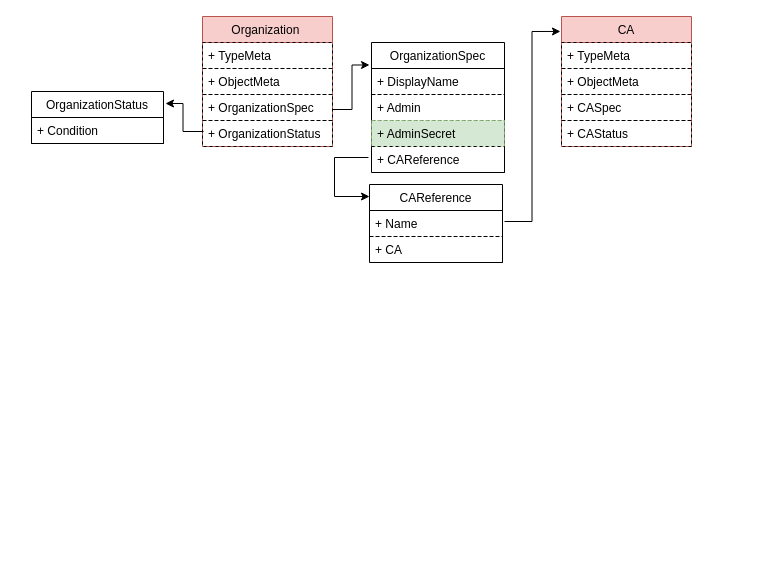
Above: page "Page-1" (1 of 2) of dev_design/models-design/organization.drawio in bestchains/product-design (draw.io), before the change. Source tidied: cells renumbered, new cells numbered last; positions are measured from the earlier drawing's top-left corner, leaving out a move shared by most shapes. Both pictures are drawn from the tidied source at 100%, with x=0, y=0 at pixel (31, 16).
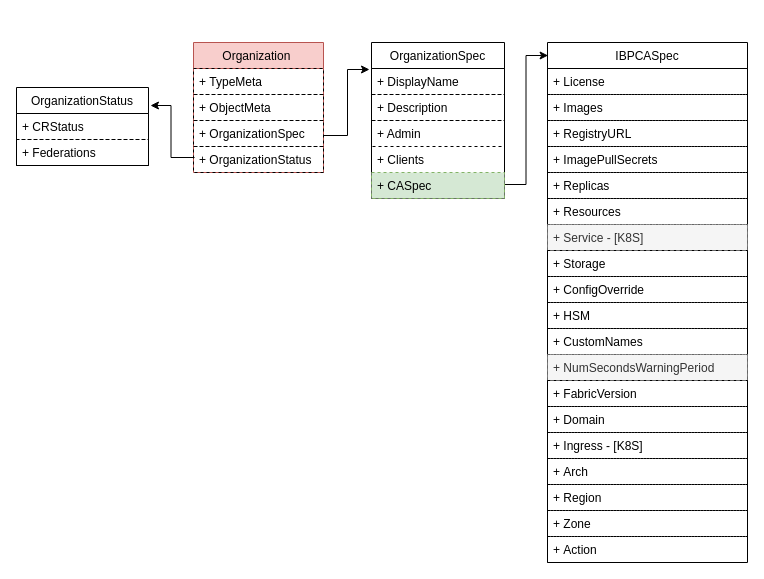
Above is the later version.

Commit message (it also covers changes not shown here):
fix: update organization design doc

Diff of the diagram source:
```diff
@@
     <mxCell id="2" value="OrganizationSpec" style="swimlane;fontStyle=0;horizontal=1;startSize=26;fillColor=none;rounded=0;shadow=0;comic=0;" parent="1" vertex="1">
-      <mxGeometry x="340" y="26" width="133" height="130" as="geometry" />
+      <mxGeometry x="340" y="26" width="133" height="156" as="geometry" />
     </mxCell>
@@
+    <mxCell id="26" value="+ Description" style="text;strokeColor=#000000;fillColor=none;align=left;verticalAlign=top;spacingLeft=4;spacingRight=4;overflow=hidden;dashed=1;rounded=0;gradientColor=none;" parent="2" vertex="1">
+      <mxGeometry y="52" width="133" height="26" as="geometry" />
+    </mxCell>
     <mxCell id="4" value="+ Admin" style="text;strokeColor=#000000;fillColor=none;align=left;verticalAlign=top;spacingLeft=4;spacingRight=4;overflow=hidden;dashed=1;rounded=0;gradientColor=none;" parent="2" vertex="1">
-      <mxGeometry y="52" width="133" height="26" as="geometry" />
+      <mxGeometry y="78" width="133" height="26" as="geometry" />
     </mxCell>
-    <mxCell id="5" value="+ AdminSecret" style="text;strokeColor=#82b366;fillColor=#d5e8d4;align=left;verticalAlign=top;spacingLeft=4;spacingRight=4;overflow=hidden;dashed=1;rounded=0;" parent="2" vertex="1">
-      <mxGeometry y="78" width="133" height="26" as="geometry" />
+    <mxCell id="5" value="+ Clients" style="text;align=left;verticalAlign=top;spacingLeft=4;spacingRight=4;overflow=hidden;dashed=1;rounded=0;" parent="2" vertex="1">
+      <mxGeometry y="104" width="133" height="26" as="geometry" />
     </mxCell>
-    <mxCell id="6" value="+ CAReference&#10;  " style="text;strokeColor=#000000;fillColor=none;align=left;verticalAlign=top;spacingLeft=4;spacingRight=4;overflow=hidden;points=[[0,0.5],[1,0.5]];portConstraint=eastwest;dashed=1;rounded=0;gradientColor=none;" parent="2" vertex="1">
-      <mxGeometry y="104" width="133" height="26" as="geometry" />
+    <mxCell id="6" value="+ CASpec&#10;  " style="text;strokeColor=#82b366;fillColor=#d5e8d4;align=left;verticalAlign=top;spacingLeft=4;spacingRight=4;overflow=hidden;points=[[0,0.5],[1,0.5]];portConstraint=eastwest;dashed=1;rounded=0;" parent="2" vertex="1">
+      <mxGeometry y="130" width="133" height="26" as="geometry" />
     </mxCell>
     <mxCell id="7" value="Organization " style="swimlane;fontStyle=0;horizontal=1;startSize=26;fillColor=#f8cecc;rounded=0;shadow=0;comic=0;swimlaneLine=1;glass=0;swimlaneFillColor=none;strokeColor=#b85450;" parent="1" vertex="1">
-      <mxGeometry x="171" width="130" height="130" as="geometry" />
+      <mxGeometry x="162" y="26" width="130" height="130" as="geometry" />
     </mxCell>
@@
     <mxCell id="12" value="OrganizationStatus" style="swimlane;fontStyle=0;horizontal=1;startSize=26;fillColor=none;rounded=0;shadow=0;comic=0;swimlaneLine=1;glass=0;swimlaneFillColor=none;" parent="1" vertex="1">
-      <mxGeometry y="75" width="132" height="52" as="geometry" />
+      <mxGeometry x="-15" y="71" width="132" height="78" as="geometry" />
     </mxCell>
-    <mxCell id="13" value="+ Condition" style="text;strokeColor=#000000;fillColor=none;align=left;verticalAlign=top;spacingLeft=4;spacingRight=4;overflow=hidden;dashed=1;rounded=0;glass=0;" parent="12" vertex="1">
+    <mxCell id="13" value="+ CRStatus" style="text;strokeColor=#000000;fillColor=none;align=left;verticalAlign=top;spacingLeft=4;spacingRight=4;overflow=hidden;dashed=1;rounded=0;glass=0;" parent="12" vertex="1">
       <mxGeometry y="26" width="132" height="26" as="geometry" />
     </mxCell>
-    <mxCell id="14" value="CA" style="swimlane;fontStyle=0;horizontal=1;startSize=26;fillColor=#f8cecc;rounded=0;shadow=0;comic=0;swimlaneLine=1;glass=0;swimlaneFillColor=none;strokeColor=#b85450;" parent="1" vertex="1">
-      <mxGeometry x="530" width="130" height="130" as="geometry" />
-    </mxCell>
-    <mxCell id="15" value="+ TypeMeta" style="text;strokeColor=#000000;fillColor=none;align=left;verticalAlign=top;spacingLeft=4;spacingRight=4;overflow=hidden;dashed=1;rounded=0;glass=0;" parent="14" vertex="1">
-      <mxGeometry y="26" width="130" height="26" as="geometry" />
-    </mxCell>
-    <mxCell id="16" value="+ ObjectMeta" style="text;strokeColor=#000000;fillColor=none;align=left;verticalAlign=top;spacingLeft=4;spacingRight=4;overflow=hidden;dashed=1;rounded=0;glass=0;" parent="14" vertex="1">
-      <mxGeometry y="52" width="130" height="26" as="geometry" />
-    </mxCell>
-    <mxCell id="17" value="+ CASpec" style="text;strokeColor=#000000;fillColor=none;align=left;verticalAlign=top;spacingLeft=4;spacingRight=4;overflow=hidden;rounded=0;dashed=1;glass=0;" parent="14" vertex="1">
-      <mxGeometry y="78" width="130" height="26" as="geometry" />
-    </mxCell>
-    <mxCell id="18" value="+ CAStatus" style="text;strokeColor=#000000;fillColor=none;align=left;verticalAlign=top;spacingLeft=4;spacingRight=4;overflow=hidden;rounded=0;dashed=1;glass=0;" parent="14" vertex="1">
-      <mxGeometry y="104" width="130" height="26" as="geometry" />
-    </mxCell>
+    <mxCell id="27" value="+ Federations" style="text;strokeColor=#000000;fillColor=none;align=left;verticalAlign=top;spacingLeft=4;spacingRight=4;overflow=hidden;dashed=1;rounded=0;glass=0;" parent="12" vertex="1">
+      <mxGeometry y="52" width="132" height="26" as="geometry" />
+    </mxCell>
@@
-    <mxCell id="21" style="endArrow=classic;html=1;rounded=0;entryX=-0.008;entryY=0.115;entryDx=0;entryDy=0;entryPerimeter=0;edgeStyle=orthogonalEdgeStyle;exitX=1.015;exitY=0.423;exitDx=0;exitDy=0;exitPerimeter=0;" parent="1" edge="1" source="23" target="14">
-      <mxGeometry relative="1" as="geometry" />
-    </mxCell>
-    <mxCell id="22" value="CAReference" style="swimlane;fontStyle=0;horizontal=1;startSize=26;fillColor=none;rounded=0;shadow=0;comic=0;" parent="1" vertex="1">
-      <mxGeometry x="338" y="168" width="133" height="78" as="geometry" />
-    </mxCell>
-    <mxCell id="23" value="+ Name" style="text;strokeColor=#000000;fillColor=none;align=left;verticalAlign=top;spacingLeft=4;spacingRight=4;overflow=hidden;points=[[0,0.5],[1,0.5]];portConstraint=eastwest;dashed=1;rounded=0;gradientColor=none;" parent="22" vertex="1">
-      <mxGeometry y="26" width="133" height="26" as="geometry" />
-    </mxCell>
-    <mxCell id="24" value="+ CA" style="text;strokeColor=#000000;fillColor=none;align=left;verticalAlign=top;spacingLeft=4;spacingRight=4;overflow=hidden;dashed=1;rounded=0;gradientColor=none;" parent="22" vertex="1">
-      <mxGeometry y="52" width="133" height="26" as="geometry" />
-    </mxCell>
-    <mxCell id="25" style="endArrow=classic;html=1;rounded=0;exitX=-0.023;exitY=0.423;exitDx=0;exitDy=0;exitPerimeter=0;edgeStyle=orthogonalEdgeStyle;" parent="1" edge="1" source="6" target="22">
-      <mxGeometry relative="1" as="geometry">
-        <Array as="points">
-          <mxPoint x="303" y="141" />
-          <mxPoint x="303" y="180" />
-        </Array>
-      </mxGeometry>
-    </mxCell>
+    <mxCell id="28" value="IBPCASpec" style="swimlane;fontStyle=0;horizontal=1;startSize=26;rounded=0;shadow=0;comic=0;swimlaneLine=1;glass=0;swimlaneFillColor=none;" parent="1" vertex="1">
+      <mxGeometry x="516" y="26" width="200" height="520" as="geometry" />
+    </mxCell>
+    <mxCell id="29" value="+ License" style="text;strokeColor=#000000;fillColor=none;align=left;verticalAlign=top;spacingLeft=4;spacingRight=4;overflow=hidden;dashed=1;rounded=0;glass=0;" parent="28" vertex="1">
+      <mxGeometry y="26" width="200" height="26" as="geometry" />
+    </mxCell>
+    <mxCell id="30" value="+ Images" style="text;strokeColor=#000000;fillColor=none;align=left;verticalAlign=top;spacingLeft=4;spacingRight=4;overflow=hidden;dashed=1;rounded=0;glass=0;" parent="28" vertex="1">
+      <mxGeometry y="52" width="200" height="26" as="geometry" />
+    </mxCell>
+    <mxCell id="31" value="+ RegistryURL" style="text;strokeColor=#000000;fillColor=none;align=left;verticalAlign=top;spacingLeft=4;spacingRight=4;overflow=hidden;rounded=0;dashed=1;glass=0;" parent="28" vertex="1">
+      <mxGeometry y="78" width="200" height="26" as="geometry" />
+    </mxCell>
+    <mxCell id="32" value="+ ImagePullSecrets" style="text;strokeColor=#000000;fillColor=none;align=left;verticalAlign=top;spacingLeft=4;spacingRight=4;overflow=hidden;rounded=0;dashed=1;glass=0;" parent="28" vertex="1">
+      <mxGeometry y="104" width="200" height="26" as="geometry" />
+    </mxCell>
+    <mxCell id="33" value="+ Replicas" style="text;strokeColor=#000000;fillColor=none;align=left;verticalAlign=top;spacingLeft=4;spacingRight=4;overflow=hidden;rounded=0;dashed=1;glass=0;" parent="28" vertex="1">
+      <mxGeometry y="130" width="200" height="26" as="geometry" />
+    </mxCell>
+    <mxCell id="34" value="+ Resources" style="text;strokeColor=#000000;fillColor=none;align=left;verticalAlign=top;spacingLeft=4;spacingRight=4;overflow=hidden;rounded=0;dashed=1;glass=0;" parent="28" vertex="1">
+      <mxGeometry y="156" width="200" height="26" as="geometry" />
+    </mxCell>
+    <mxCell id="35" value="+ Service - [K8S]" style="text;strokeColor=#666666;fillColor=#f5f5f5;align=left;verticalAlign=top;spacingLeft=4;spacingRight=4;overflow=hidden;rounded=0;dashed=1;glass=0;fontColor=#333333;" parent="28" vertex="1">
+      <mxGeometry y="182" width="200" height="26" as="geometry" />
+    </mxCell>
+    <mxCell id="36" value="+ Storage" style="text;strokeColor=#000000;fillColor=none;align=left;verticalAlign=top;spacingLeft=4;spacingRight=4;overflow=hidden;rounded=0;dashed=1;glass=0;" parent="28" vertex="1">
+      <mxGeometry y="208" width="200" height="26" as="geometry" />
+    </mxCell>
+    <mxCell id="37" value="+ ConfigOverride" style="text;strokeColor=#000000;fillColor=none;align=left;verticalAlign=top;spacingLeft=4;spacingRight=4;overflow=hidden;rounded=0;dashed=1;glass=0;" parent="28" vertex="1">
+      <mxGeometry y="234" width="200" height="26" as="geometry" />
+    </mxCell>
+    <mxCell id="38" value="+ HSM" style="text;strokeColor=#000000;fillColor=none;align=left;verticalAlign=top;spacingLeft=4;spacingRight=4;overflow=hidden;rounded=0;dashed=1;glass=0;" parent="28" vertex="1">
+      <mxGeometry y="260" width="200" height="26" as="geometry" />
+    </mxCell>
+    <mxCell id="39" value="+ CustomNames" style="text;strokeColor=#000000;fillColor=none;align=left;verticalAlign=top;spacingLeft=4;spacingRight=4;overflow=hidden;rounded=0;dashed=1;glass=0;" parent="28" vertex="1">
+      <mxGeometry y="286" width="200" height="26" as="geometry" />
+    </mxCell>
+    <mxCell id="40" value="+ NumSecondsWarningPeriod" style="text;strokeColor=#666666;fillColor=#f5f5f5;align=left;verticalAlign=top;spacingLeft=4;spacingRight=4;overflow=hidden;rounded=0;dashed=1;glass=0;fontColor=#333333;" parent="28" vertex="1">
+      <mxGeometry y="312" width="200" height="26" as="geometry" />
+    </mxCell>
+    <mxCell id="41" value="+ FabricVersion" style="text;strokeColor=#000000;fillColor=none;align=left;verticalAlign=top;spacingLeft=4;spacingRight=4;overflow=hidden;rounded=0;dashed=1;glass=0;" parent="28" vertex="1">
+      <mxGeometry y="338" width="200" height="26" as="geometry" />
+    </mxCell>
+    <mxCell id="42" value="+ Domain" style="text;strokeColor=#000000;fillColor=none;align=left;verticalAlign=top;spacingLeft=4;spacingRight=4;overflow=hidden;rounded=0;dashed=1;glass=0;" parent="28" vertex="1">
+      <mxGeometry y="364" width="200" height="26" as="geometry" />
+    </mxCell>
+    <mxCell id="43" value="+ Ingress - [K8S]" style="text;strokeColor=#000000;fillColor=none;align=left;verticalAlign=top;spacingLeft=4;spacingRight=4;overflow=hidden;rounded=0;dashed=1;glass=0;" parent="28" vertex="1">
+      <mxGeometry y="390" width="200" height="26" as="geometry" />
+    </mxCell>
+    <mxCell id="44" value="+ Arch" style="text;strokeColor=#000000;fillColor=none;align=left;verticalAlign=top;spacingLeft=4;spacingRight=4;overflow=hidden;rounded=0;dashed=1;glass=0;" parent="28" vertex="1">
+      <mxGeometry y="416" width="200" height="26" as="geometry" />
+    </mxCell>
+    <mxCell id="45" value="+ Region" style="text;strokeColor=#000000;fillColor=none;align=left;verticalAlign=top;spacingLeft=4;spacingRight=4;overflow=hidden;rounded=0;dashed=1;glass=0;" parent="28" vertex="1">
+      <mxGeometry y="442" width="200" height="26" as="geometry" />
+    </mxCell>
+    <mxCell id="46" value="+ Zone" style="text;strokeColor=#000000;fillColor=none;align=left;verticalAlign=top;spacingLeft=4;spacingRight=4;overflow=hidden;rounded=0;dashed=1;glass=0;" parent="28" vertex="1">
+      <mxGeometry y="468" width="200" height="26" as="geometry" />
+    </mxCell>
+    <mxCell id="47" value="+ Action" style="text;strokeColor=#000000;fillColor=none;align=left;verticalAlign=top;spacingLeft=4;spacingRight=4;overflow=hidden;rounded=0;dashed=1;glass=0;" parent="28" vertex="1">
+      <mxGeometry y="494" width="200" height="26" as="geometry" />
+    </mxCell>
+    <mxCell id="48" style="endArrow=classic;html=1;rounded=0;exitX=1.004;exitY=0.462;exitDx=0;exitDy=0;exitPerimeter=0;entryX=0.003;entryY=0.025;entryDx=0;entryDy=0;entryPerimeter=0;edgeStyle=orthogonalEdgeStyle;" parent="1" edge="1" source="6" target="28">
+      <mxGeometry relative="1" as="geometry" />
+    </mxCell>
```
